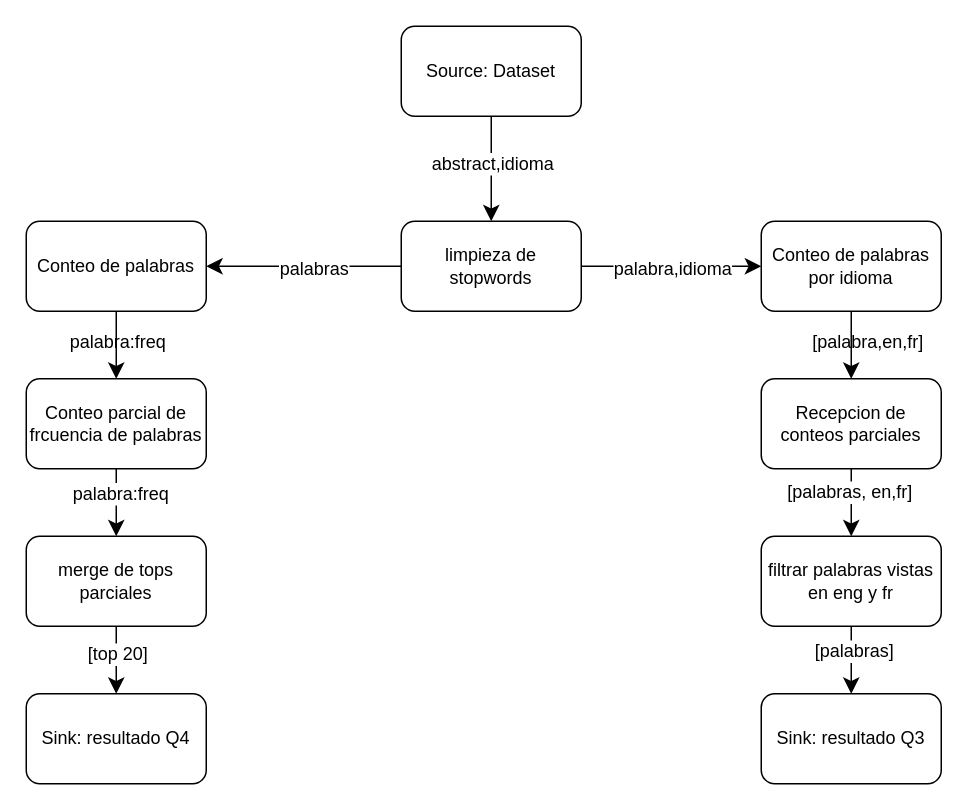
LuccaMarino/tp-grupal_Distribuidos keeps this draw.io diagram as diseño/diagramas/DAG_Q3y4.drawio. Above is the earlier version. Source tidied: cells renumbered, new cells numbered last; positions are measured from the earlier drawing's top-left corner, leaving out a move shared by most shapes. Both pictures are drawn from the tidied source at 150%, with x=0, y=0 at pixel (26, 26).
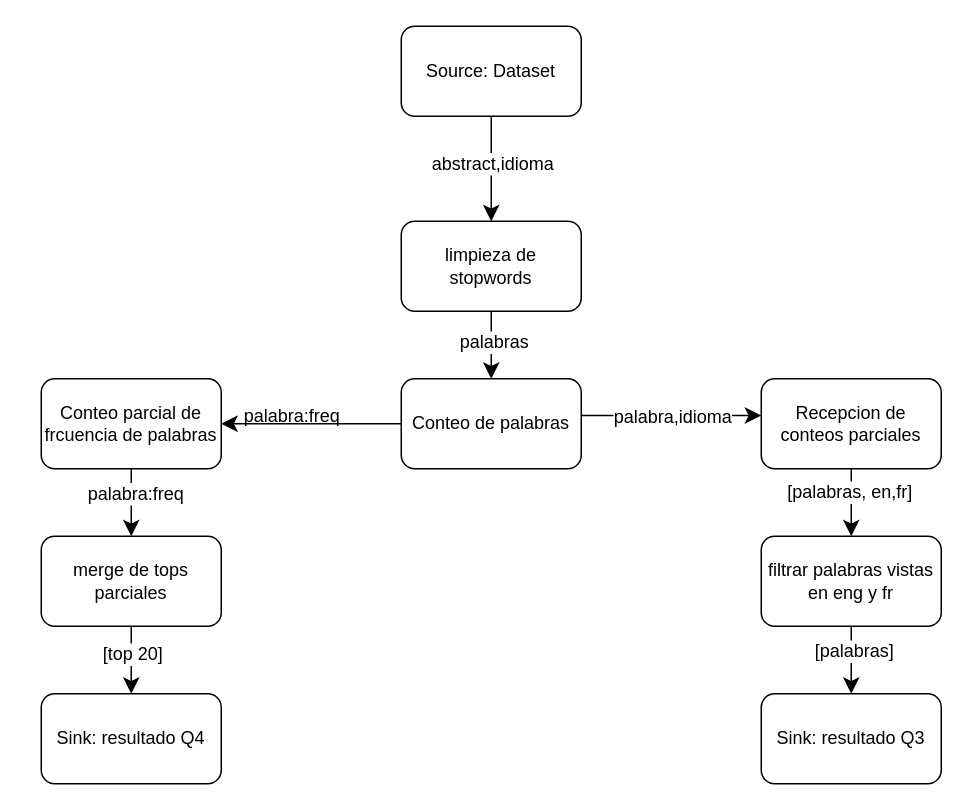
After the change.

Commit message (it also covers changes not shown here):
arquitectura actualizada

The change refers to these unchanged cells:
```xml
<mxCell id="11" value="limpieza de stopwords" style="rounded=1;whiteSpace=wrap;html=1;roundedPerimeter=1;" parent="1" vertex="1">
  <mxGeometry x="250" y="130" width="120" height="60" as="geometry" />
</mxCell>
<mxCell id="24" value="Recepcion de conteos parciales" style="rounded=1;whiteSpace=wrap;html=1;roundedPerimeter=1;" parent="1" vertex="1">
  <mxGeometry x="490" y="235" width="120" height="60" as="geometry" />
</mxCell>
```

What changed in the source:
```diff
@@
-    <mxCell id="5" style="edgeStyle=none;curved=1;rounded=0;curveGeometry=1;jettySize=auto;html=1;fontSize=12;startSize=8;endSize=8;entryX=1;entryY=0.5;entryDx=0;entryDy=0;" parent="1" edge="1" source="11" target="16">
+    <mxCell id="5" style="edgeStyle=none;curved=1;rounded=0;curveGeometry=1;jettySize=auto;html=1;fontSize=12;startSize=8;endSize=8;entryX=0.5;entryY=0;entryDx=0;entryDy=0;" parent="1" edge="1" source="11" target="16">
       <mxGeometry relative="1" as="geometry" />
     </mxCell>
@@
-    <mxCell id="8" style="edgeStyle=none;curved=1;rounded=0;curveGeometry=1;jettySize=auto;html=1;fontSize=12;defaultLabelBackgroundColor=page;startSize=8;endSize=8;" parent="1" edge="1" source="11" target="18">
-      <mxGeometry relative="1" as="geometry" />
+    <mxCell id="8" style="edgeStyle=none;curved=1;rounded=0;curveGeometry=1;orthogonalLoop=1;jettySize=auto;html=1;fontSize=12;defaultLabelBackgroundColor=page;startSize=8;endSize=8;" parent="1" edge="1">
+      <mxGeometry relative="1" as="geometry">
+        <mxPoint x="370" y="259.5" as="sourcePoint" />
+        <mxPoint x="490" y="259.5" as="targetPoint" />
+      </mxGeometry>
     </mxCell>
-    <mxCell id="9" value="[palabra,en,fr]" style="edgeLabel;html=1;align=center;verticalAlign=middle;inheritText=1;fontSize=12;defaultLabelBackgroundColor=page;" parent="8" vertex="1">
-      <mxGeometry x="-0.14" y="1" relative="1" as="geometry">
-        <mxPoint x="138" y="51" as="offset" />
-      </mxGeometry>
-    </mxCell>
@@
     <mxCell id="14" value="Conteo parcial de frcuencia de palabras" style="rounded=1;whiteSpace=wrap;html=1;roundedPerimeter=1;" parent="1" vertex="1">
-      <mxGeometry y="235" width="120" height="60" as="geometry" />
+      <mxGeometry x="10" y="235" width="120" height="60" as="geometry" />
     </mxCell>
-    <mxCell id="15" style="edgeStyle=none;curved=1;rounded=0;curveGeometry=1;jettySize=auto;html=1;fontSize=12;startSize=8;endSize=8;" parent="1" edge="1" source="16" target="14">
+    <mxCell id="15" style="edgeStyle=none;curved=1;rounded=0;curveGeometry=1;jettySize=auto;html=1;fontSize=12;startSize=8;endSize=8;entryX=1;entryY=0.5;entryDx=0;entryDy=0;" parent="1" edge="1" source="16" target="14">
       <mxGeometry relative="1" as="geometry" />
     </mxCell>
     <mxCell id="16" value="Conteo de palabras" style="rounded=1;whiteSpace=wrap;html=1;" parent="1" vertex="1">
-      <mxGeometry y="130" width="120" height="60" as="geometry" />
+      <mxGeometry x="250" y="235" width="120" height="60" as="geometry" />
     </mxCell>
-    <mxCell id="17" style="edgeStyle=none;curved=1;rounded=0;curveGeometry=1;jettySize=auto;html=1;fontSize=12;defaultLabelBackgroundColor=page;startSize=8;endSize=8;" parent="1" edge="1" source="18" target="24">
-      <mxGeometry relative="1" as="geometry" />
-    </mxCell>
-    <mxCell id="18" value="Conteo de palabras por idioma" style="rounded=1;whiteSpace=wrap;html=1;roundedPerimeter=1;" parent="1" vertex="1">
-      <mxGeometry x="490" y="130" width="120" height="60" as="geometry" />
-    </mxCell>
@@
     <mxCell id="21" value="merge de tops parciales" style="rounded=1;whiteSpace=wrap;html=1;roundedPerimeter=1;" parent="1" vertex="1">
-      <mxGeometry y="340" width="120" height="60" as="geometry" />
+      <mxGeometry x="10" y="340" width="120" height="60" as="geometry" />
     </mxCell>
@@
     <mxCell id="25" value="Sink: resultado Q4" style="rounded=1;whiteSpace=wrap;html=1;roundedPerimeter=1;" parent="1" vertex="1">
-      <mxGeometry y="445" width="120" height="60" as="geometry" />
+      <mxGeometry x="10" y="445" width="120" height="60" as="geometry" />
     </mxCell>
```
